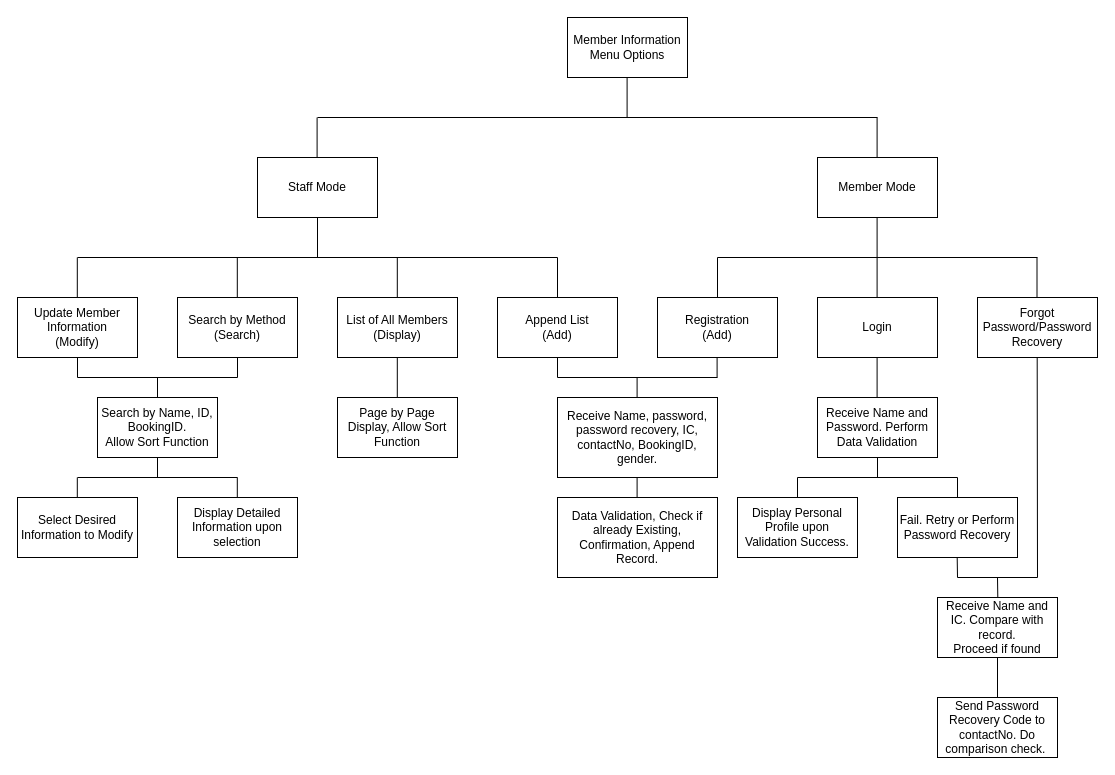
This is Structure Chart/structMember.drawio from halleyIsStressed/pcd2Assignment, a draw.io file, before an edit. Source tidied: cells renumbered, new cells numbered last; positions are measured from the earlier drawing's top-left corner, leaving out a move shared by most shapes. Both pictures are drawn from the tidied source at 100%, with x=0, y=0 at pixel (17, 17).
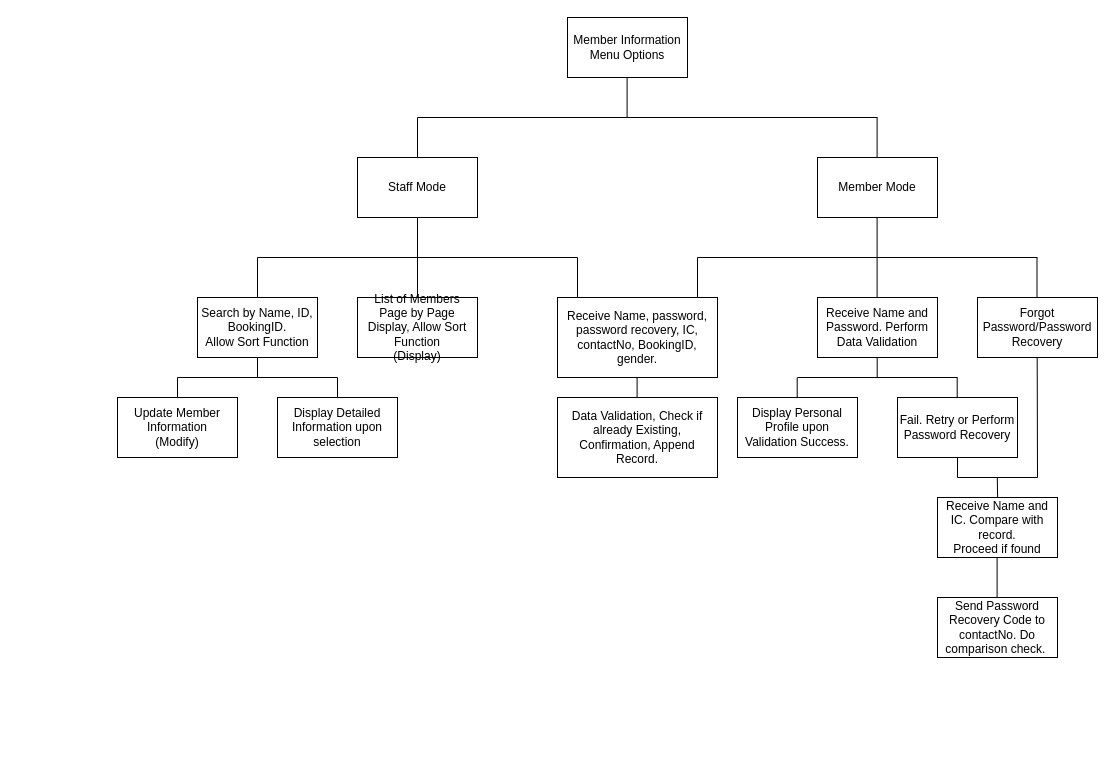
The same page after the edit.

Change to the diagram source:
```diff
@@
     <mxCell id="3" value="Update Member Information&lt;div&gt;(Modify)&lt;/div&gt;" style="rounded=0;whiteSpace=wrap;html=1;" parent="1" vertex="1">
-      <mxGeometry y="280" width="120" height="60" as="geometry" />
+      <mxGeometry x="100" y="380" width="120" height="60" as="geometry" />
     </mxCell>
-    <mxCell id="4" value="Append List&lt;div&gt;(Add)&lt;/div&gt;" style="rounded=0;whiteSpace=wrap;html=1;" parent="1" vertex="1">
-      <mxGeometry x="480" y="280" width="120" height="60" as="geometry" />
-    </mxCell>
-    <mxCell id="5" value="List of All Members&lt;div&gt;(Display)&lt;/div&gt;" style="rounded=0;whiteSpace=wrap;html=1;" parent="1" vertex="1">
-      <mxGeometry x="320" y="280" width="120" height="60" as="geometry" />
-    </mxCell>
-    <mxCell id="6" value="Search by Method&lt;div&gt;(Search)&lt;/div&gt;" style="rounded=0;whiteSpace=wrap;html=1;" parent="1" vertex="1">
-      <mxGeometry x="160" y="280" width="120" height="60" as="geometry" />
-    </mxCell>
-    <mxCell id="7" style="endArrow=none;html=1;rounded=0;" parent="1" edge="1">
+    <mxCell id="7" style="endArrow=none;html=1;rounded=0;exitX=0.5;exitY=1;exitDx=0;exitDy=0;" parent="1" edge="1" source="20">
       <mxGeometry relative="1" as="geometry">
-        <mxPoint x="300" y="200" as="sourcePoint" />
-        <mxPoint x="300" y="240" as="targetPoint" />
+        <mxPoint x="400" y="240" as="targetPoint" />
       </mxGeometry>
     </mxCell>
-    <mxCell id="8" value="Page by Page Display, Allow Sort Function" style="rounded=0;whiteSpace=wrap;html=1;" parent="1" vertex="1">
-      <mxGeometry x="320" y="380" width="120" height="60" as="geometry" />
+    <mxCell id="8" value="List of Members&lt;div&gt;Page by Page Display, Allow Sort Function&lt;/div&gt;&lt;div&gt;(Display)&lt;/div&gt;" style="rounded=0;whiteSpace=wrap;html=1;" parent="1" vertex="1">
+      <mxGeometry x="340" y="280" width="120" height="60" as="geometry" />
     </mxCell>
     <mxCell id="9" value="&lt;div&gt;Receive Name, password, password recovery, IC, contactNo&lt;span style=&quot;background-color: initial;&quot;&gt;, BookingID, gender.&lt;/span&gt;&lt;/div&gt;" style="rounded=0;whiteSpace=wrap;html=1;" parent="1" vertex="1">
-      <mxGeometry x="540" y="380" width="160" height="80" as="geometry" />
+      <mxGeometry x="540" y="280" width="160" height="80" as="geometry" />
     </mxCell>
     <mxCell id="10" value="Search by Name, ID, BookingID.&lt;div&gt;Allow Sort Function&lt;/div&gt;" style="rounded=0;whiteSpace=wrap;html=1;" parent="1" vertex="1">
-      <mxGeometry x="80" y="380" width="120" height="60" as="geometry" />
+      <mxGeometry x="180" y="280" width="120" height="60" as="geometry" />
     </mxCell>
     <mxCell id="11" style="endArrow=none;html=1;rounded=0;" parent="1" edge="1">
       <mxGeometry relative="1" as="geometry">
-        <mxPoint x="60" y="240" as="sourcePoint" />
-        <mxPoint x="540" y="240" as="targetPoint" />
+        <mxPoint x="240" y="240" as="sourcePoint" />
+        <mxPoint x="560" y="240" as="targetPoint" />
       </mxGeometry>
     </mxCell>
     <mxCell id="12" value="Display Detailed Information upon selection" style="rounded=0;whiteSpace=wrap;html=1;" parent="1" vertex="1">
-      <mxGeometry x="160" y="480" width="120" height="60" as="geometry" />
+      <mxGeometry x="260" y="380" width="120" height="60" as="geometry" />
     </mxCell>
-    <mxCell id="13" value="Select Desired Information to Modify" style="rounded=0;whiteSpace=wrap;html=1;" parent="1" vertex="1">
-      <mxGeometry y="480" width="120" height="60" as="geometry" />
-    </mxCell>
     <mxCell id="14" value="Data Validation, Check if already Existing, Confirmation, Append Record." style="rounded=0;whiteSpace=wrap;html=1;" parent="1" vertex="1">
-      <mxGeometry x="540" y="480" width="160" height="80" as="geometry" />
+      <mxGeometry x="540" y="380" width="160" height="80" as="geometry" />
     </mxCell>
-    <mxCell id="15" style="endArrow=none;html=1;rounded=0;" parent="1" edge="1">
-      <mxGeometry relative="1" as="geometry">
-        <mxPoint x="60" y="360" as="sourcePoint" />
-        <mxPoint x="220" y="360" as="targetPoint" />
-      </mxGeometry>
-    </mxCell>
-    <mxCell id="16" style="endArrow=none;html=1;rounded=0;entryX=0.5;entryY=1;entryDx=0;entryDy=0;" parent="1" edge="1" target="3">
-      <mxGeometry relative="1" as="geometry">
-        <mxPoint x="60" y="360" as="sourcePoint" />
-      </mxGeometry>
-    </mxCell>
-    <mxCell id="17" style="endArrow=none;html=1;rounded=0;entryX=0.5;entryY=1;entryDx=0;entryDy=0;" parent="1" edge="1" target="6">
+    <mxCell id="17" style="endArrow=none;html=1;rounded=0;entryX=0.5;entryY=1;entryDx=0;entryDy=0;" parent="1" edge="1" target="10">
       <mxGeometry relative="1" as="geometry">
-        <mxPoint x="220" y="360" as="sourcePoint" />
+        <mxPoint x="240" y="360" as="sourcePoint" />
       </mxGeometry>
     </mxCell>
-    <mxCell id="18" style="endArrow=none;html=1;rounded=0;" parent="1" edge="1">
-      <mxGeometry relative="1" as="geometry">
-        <mxPoint x="60" y="460" as="sourcePoint" />
-        <mxPoint x="220" y="460" as="targetPoint" />
-      </mxGeometry>
-    </mxCell>
-    <mxCell id="19" style="endArrow=none;html=1;rounded=0;" parent="1" edge="1">
-      <mxGeometry relative="1" as="geometry">
-        <mxPoint x="140" y="440" as="sourcePoint" />
-        <mxPoint x="140" y="460" as="targetPoint" />
-      </mxGeometry>
-    </mxCell>
     <mxCell id="20" value="Staff Mode" style="rounded=0;whiteSpace=wrap;html=1;" parent="1" vertex="1">
-      <mxGeometry x="240" y="140" width="120" height="60" as="geometry" />
+      <mxGeometry x="340" y="140" width="120" height="60" as="geometry" />
     </mxCell>
     <mxCell id="21" style="endArrow=none;html=1;rounded=0;" parent="1" edge="1">
       <mxGeometry relative="1" as="geometry">
-        <mxPoint x="300" y="100" as="sourcePoint" />
+        <mxPoint x="400" y="100" as="sourcePoint" />
         <mxPoint x="860" y="100" as="targetPoint" />
       </mxGeometry>
     </mxCell>
-    <mxCell id="22" style="endArrow=none;html=1;rounded=0;" parent="1" edge="1">
+    <mxCell id="22" style="endArrow=none;html=1;rounded=0;entryX=0.5;entryY=0;entryDx=0;entryDy=0;" parent="1" edge="1" target="20">
       <mxGeometry relative="1" as="geometry">
-        <mxPoint x="299.6" y="100" as="sourcePoint" />
-        <mxPoint x="299.6" y="140" as="targetPoint" />
+        <mxPoint x="400" y="100" as="sourcePoint" />
       </mxGeometry>
     </mxCell>
@@
     <mxCell id="27" style="endArrow=none;html=1;rounded=0;" parent="1" edge="1">
       <mxGeometry relative="1" as="geometry">
-        <mxPoint x="700" y="240" as="sourcePoint" />
+        <mxPoint x="680" y="240" as="sourcePoint" />
         <mxPoint x="1020" y="240" as="targetPoint" />
       </mxGeometry>
     </mxCell>
-    <mxCell id="28" value="Registration&lt;div&gt;(Add)&lt;/div&gt;" style="rounded=0;whiteSpace=wrap;html=1;" parent="1" vertex="1">
-      <mxGeometry x="640" y="280" width="120" height="60" as="geometry" />
-    </mxCell>
-    <mxCell id="29" style="endArrow=none;html=1;rounded=0;" parent="1" edge="1">
+    <mxCell id="29" style="endArrow=none;html=1;rounded=0;entryX=0.875;entryY=0;entryDx=0;entryDy=0;entryPerimeter=0;" parent="1" edge="1" target="9">
       <mxGeometry relative="1" as="geometry">
-        <mxPoint x="700" y="240" as="sourcePoint" />
-        <mxPoint x="700" y="280" as="targetPoint" />
+        <mxPoint x="680" y="240" as="sourcePoint" />
       </mxGeometry>
     </mxCell>
@@
-    <mxCell id="31" style="endArrow=none;html=1;rounded=0;" parent="1" edge="1">
-      <mxGeometry relative="1" as="geometry">
-        <mxPoint x="540" y="360" as="sourcePoint" />
-        <mxPoint x="540" y="340" as="targetPoint" />
-      </mxGeometry>
-    </mxCell>
-    <mxCell id="32" style="endArrow=none;html=1;rounded=0;" parent="1" edge="1">
-      <mxGeometry relative="1" as="geometry">
-        <mxPoint x="700" y="360" as="sourcePoint" />
-        <mxPoint x="540" y="360" as="targetPoint" />
-      </mxGeometry>
-    </mxCell>
-    <mxCell id="33" value="Login" style="rounded=0;whiteSpace=wrap;html=1;" parent="1" vertex="1">
-      <mxGeometry x="800" y="280" width="120" height="60" as="geometry" />
-    </mxCell>
@@
-    <mxCell id="35" style="endArrow=none;html=1;rounded=0;" parent="1" edge="1">
-      <mxGeometry relative="1" as="geometry">
-        <mxPoint x="859.6" y="340" as="sourcePoint" />
-        <mxPoint x="859.6" y="380" as="targetPoint" />
-      </mxGeometry>
-    </mxCell>
     <mxCell id="36" value="&lt;div&gt;Receive Name and Password. Perform Data Validation&lt;/div&gt;" style="rounded=0;whiteSpace=wrap;html=1;" parent="1" vertex="1">
-      <mxGeometry x="800" y="380" width="120" height="60" as="geometry" />
+      <mxGeometry x="800" y="280" width="120" height="60" as="geometry" />
     </mxCell>
     <mxCell id="37" style="endArrow=none;html=1;rounded=0;" parent="1" edge="1">
       <mxGeometry relative="1" as="geometry">
-        <mxPoint x="860" y="460" as="sourcePoint" />
-        <mxPoint x="860" y="440" as="targetPoint" />
+        <mxPoint x="859.7" y="360" as="sourcePoint" />
+        <mxPoint x="859.7" y="340" as="targetPoint" />
       </mxGeometry>
     </mxCell>
     <mxCell id="38" style="endArrow=none;html=1;rounded=0;" parent="1" edge="1">
       <mxGeometry relative="1" as="geometry">
-        <mxPoint x="940" y="460" as="sourcePoint" />
-        <mxPoint x="780" y="460" as="targetPoint" />
+        <mxPoint x="940" y="360" as="sourcePoint" />
+        <mxPoint x="780" y="360" as="targetPoint" />
       </mxGeometry>
     </mxCell>
     <mxCell id="39" style="endArrow=none;html=1;rounded=0;" parent="1" edge="1">
       <mxGeometry relative="1" as="geometry">
-        <mxPoint x="780" y="480" as="sourcePoint" />
-        <mxPoint x="780" y="460" as="targetPoint" />
+        <mxPoint x="779.7" y="380" as="sourcePoint" />
+        <mxPoint x="779.7" y="360" as="targetPoint" />
       </mxGeometry>
     </mxCell>
     <mxCell id="40" style="endArrow=none;html=1;rounded=0;" parent="1" edge="1">
       <mxGeometry relative="1" as="geometry">
-        <mxPoint x="940" y="480" as="sourcePoint" />
-        <mxPoint x="940" y="460" as="targetPoint" />
+        <mxPoint x="939.7" y="380" as="sourcePoint" />
+        <mxPoint x="939.7" y="360" as="targetPoint" />
       </mxGeometry>
     </mxCell>
     <mxCell id="41" value="Fail. Retry or Perform Password Recovery" style="rounded=0;whiteSpace=wrap;html=1;" parent="1" vertex="1">
-      <mxGeometry x="880" y="480" width="120" height="60" as="geometry" />
+      <mxGeometry x="880" y="380" width="120" height="60" as="geometry" />
     </mxCell>
     <mxCell id="42" value="Display Personal Profile upon Validation Success." style="rounded=0;whiteSpace=wrap;html=1;" parent="1" vertex="1">
-      <mxGeometry x="720" y="480" width="120" height="60" as="geometry" />
+      <mxGeometry x="720" y="380" width="120" height="60" as="geometry" />
     </mxCell>
@@
     <mxCell id="44" style="endArrow=none;html=1;rounded=0;" parent="1" edge="1">
       <mxGeometry relative="1" as="geometry">
         <mxPoint x="1019.7" y="340" as="sourcePoint" />
-        <mxPoint x="1020" y="560" as="targetPoint" />
+        <mxPoint x="1020" y="460" as="targetPoint" />
       </mxGeometry>
     </mxCell>
     <mxCell id="45" value="&lt;div&gt;Receive Name and IC. Compare with record.&lt;/div&gt;&lt;div&gt;Proceed if found&lt;/div&gt;" style="rounded=0;whiteSpace=wrap;html=1;" parent="1" vertex="1">
-      <mxGeometry x="920" y="580" width="120" height="60" as="geometry" />
+      <mxGeometry x="920" y="480" width="120" height="60" as="geometry" />
     </mxCell>
-    <mxCell id="46" style="endArrow=none;html=1;rounded=0;" parent="1" edge="1">
+    <mxCell id="46" style="endArrow=none;html=1;rounded=0;entryX=0.5;entryY=1;entryDx=0;entryDy=0;" parent="1" edge="1" target="41">
       <mxGeometry relative="1" as="geometry">
-        <mxPoint x="940" y="560" as="sourcePoint" />
-        <mxPoint x="939.7" y="540" as="targetPoint" />
+        <mxPoint x="940" y="460" as="sourcePoint" />
       </mxGeometry>
     </mxCell>
     <mxCell id="47" style="endArrow=none;html=1;rounded=0;" parent="1" edge="1">
       <mxGeometry relative="1" as="geometry">
-        <mxPoint x="940" y="560" as="sourcePoint" />
-        <mxPoint x="1020" y="560" as="targetPoint" />
+        <mxPoint x="940" y="460" as="sourcePoint" />
+        <mxPoint x="1020" y="460" as="targetPoint" />
       </mxGeometry>
     </mxCell>
     <mxCell id="48" style="endArrow=none;html=1;rounded=0;" parent="1" edge="1">
       <mxGeometry relative="1" as="geometry">
-        <mxPoint x="980.3" y="580" as="sourcePoint" />
-        <mxPoint x="980" y="560" as="targetPoint" />
+        <mxPoint x="980.1" y="480" as="sourcePoint" />
+        <mxPoint x="979.8" y="460" as="targetPoint" />
       </mxGeometry>
     </mxCell>
     <mxCell id="49" style="endArrow=none;html=1;rounded=0;" parent="1" edge="1">
       <mxGeometry relative="1" as="geometry">
-        <mxPoint x="980" y="640" as="sourcePoint" />
-        <mxPoint x="980" y="680" as="targetPoint" />
+        <mxPoint x="979.6" y="540" as="sourcePoint" />
+        <mxPoint x="979.6" y="580" as="targetPoint" />
       </mxGeometry>
     </mxCell>
     <mxCell id="50" value="&lt;div&gt;Send Password Recovery Code to contactNo. Do comparison check.&amp;nbsp;&lt;/div&gt;" style="rounded=0;whiteSpace=wrap;html=1;" parent="1" vertex="1">
-      <mxGeometry x="920" y="680" width="120" height="60" as="geometry" />
+      <mxGeometry x="920" y="580" width="120" height="60" as="geometry" />
     </mxCell>
-    <mxCell id="51" style="endArrow=none;html=1;rounded=0;exitX=0.5;exitY=0;exitDx=0;exitDy=0;" parent="1" edge="1" source="4">
+    <mxCell id="51" style="endArrow=none;html=1;rounded=0;exitX=0.125;exitY=0;exitDx=0;exitDy=0;exitPerimeter=0;" parent="1" edge="1" source="9">
       <mxGeometry relative="1" as="geometry">
-        <mxPoint x="540" y="240" as="targetPoint" />
+        <mxPoint x="560" y="240" as="targetPoint" />
       </mxGeometry>
     </mxCell>
     <mxCell id="52" style="endArrow=none;html=1;rounded=0;exitX=0.5;exitY=0;exitDx=0;exitDy=0;" parent="1" edge="1">
       <mxGeometry relative="1" as="geometry">
-        <mxPoint x="379.8" y="280" as="sourcePoint" />
-        <mxPoint x="379.8" y="240" as="targetPoint" />
+        <mxPoint x="400" y="280" as="sourcePoint" />
+        <mxPoint x="400" y="240" as="targetPoint" />
       </mxGeometry>
     </mxCell>
     <mxCell id="53" style="endArrow=none;html=1;rounded=0;exitX=0.5;exitY=0;exitDx=0;exitDy=0;" parent="1" edge="1">
       <mxGeometry relative="1" as="geometry">
-        <mxPoint x="219.8" y="280" as="sourcePoint" />
-        <mxPoint x="219.8" y="240" as="targetPoint" />
+        <mxPoint x="240" y="280" as="sourcePoint" />
+        <mxPoint x="240" y="240" as="targetPoint" />
       </mxGeometry>
     </mxCell>
-    <mxCell id="54" style="endArrow=none;html=1;rounded=0;exitX=0.5;exitY=0;exitDx=0;exitDy=0;" parent="1" edge="1">
-      <mxGeometry relative="1" as="geometry">
-        <mxPoint x="59.8" y="280" as="sourcePoint" />
-        <mxPoint x="59.8" y="240" as="targetPoint" />
-      </mxGeometry>
-    </mxCell>
-    <mxCell id="55" style="endArrow=none;html=1;rounded=0;exitX=0.5;exitY=0;exitDx=0;exitDy=0;" parent="1" edge="1" source="10">
-      <mxGeometry relative="1" as="geometry">
-        <mxPoint x="140" y="360" as="targetPoint" />
-      </mxGeometry>
-    </mxCell>
-    <mxCell id="56" style="endArrow=none;html=1;rounded=0;exitX=0.5;exitY=0;exitDx=0;exitDy=0;" parent="1" edge="1">
-      <mxGeometry relative="1" as="geometry">
-        <mxPoint x="219.8" y="480" as="sourcePoint" />
-        <mxPoint x="219.8" y="460" as="targetPoint" />
-      </mxGeometry>
-    </mxCell>
-    <mxCell id="57" style="endArrow=none;html=1;rounded=0;exitX=0.5;exitY=0;exitDx=0;exitDy=0;" parent="1" edge="1">
-      <mxGeometry relative="1" as="geometry">
-        <mxPoint x="59.8" y="480" as="sourcePoint" />
-        <mxPoint x="59.8" y="460" as="targetPoint" />
-      </mxGeometry>
-    </mxCell>
-    <mxCell id="58" style="endArrow=none;html=1;rounded=0;exitX=0.5;exitY=0;exitDx=0;exitDy=0;" parent="1" edge="1">
-      <mxGeometry relative="1" as="geometry">
-        <mxPoint x="379.8" y="380" as="sourcePoint" />
-        <mxPoint x="379.8" y="340" as="targetPoint" />
-      </mxGeometry>
-    </mxCell>
-    <mxCell id="59" style="endArrow=none;html=1;rounded=0;" parent="1" edge="1">
-      <mxGeometry relative="1" as="geometry">
-        <mxPoint x="619.6" y="480" as="sourcePoint" />
-        <mxPoint x="619.6" y="460" as="targetPoint" />
-      </mxGeometry>
-    </mxCell>
@@
-    <mxCell id="61" style="endArrow=none;html=1;rounded=0;" parent="1" edge="1">
-      <mxGeometry relative="1" as="geometry">
-        <mxPoint x="699.6" y="360" as="sourcePoint" />
-        <mxPoint x="699.6" y="340" as="targetPoint" />
-      </mxGeometry>
-    </mxCell>
+    <mxCell id="62" style="endArrow=none;html=1;rounded=0;" parent="1" edge="1">
+      <mxGeometry relative="1" as="geometry">
+        <mxPoint x="320" y="360" as="sourcePoint" />
+        <mxPoint x="160" y="360" as="targetPoint" />
+      </mxGeometry>
+    </mxCell>
+    <mxCell id="63" style="endArrow=none;html=1;rounded=0;entryX=0.5;entryY=0;entryDx=0;entryDy=0;" parent="1" edge="1" target="12">
+      <mxGeometry relative="1" as="geometry">
+        <mxPoint x="320" y="360" as="sourcePoint" />
+      </mxGeometry>
+    </mxCell>
+    <mxCell id="64" style="endArrow=none;html=1;rounded=0;" parent="1" edge="1">
+      <mxGeometry relative="1" as="geometry">
+        <mxPoint x="160" y="380" as="sourcePoint" />
+        <mxPoint x="160" y="360" as="targetPoint" />
+      </mxGeometry>
+    </mxCell>
```
